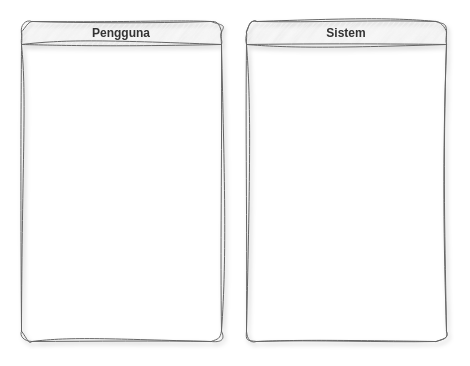
The draw.io diagram Activity Diagram (Konversi Sistem Bilangan).drawio in dans609/diagrams_net, before the edit. Source tidied: cells renumbered, new cells numbered last; positions are measured from the earlier drawing's top-left corner, leaving out a move shared by most shapes. Both pictures are drawn from the tidied source at 100%, with x=0, y=0 at pixel (21, 21).
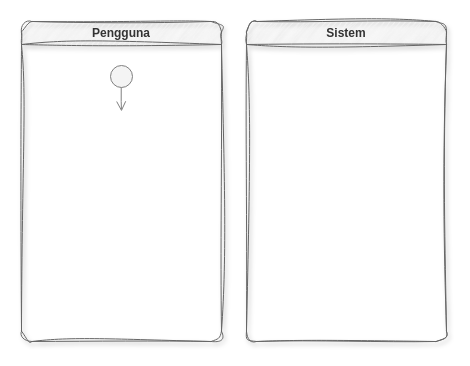
Above is the later version.

Commit message:
Added Start node

Change to the diagram source:
```diff
@@
 <mxGraphModel>
   <root>
     <mxCell id="0" />
     <mxCell id="1" parent="0" />
     <mxCell id="2" value="Pengguna" style="swimlane;whiteSpace=wrap;html=1;fontFamily=Ubuntu;rounded=1;fillColor=#f5f5f5;fontColor=#333333;strokeColor=#666666;swimlaneFillColor=none;glass=0;shadow=1;sketch=1;curveFitting=1;jiggle=2;" parent="1" vertex="1">
       <mxGeometry width="200" height="320" as="geometry" />
     </mxCell>
+    <mxCell id="4" style="ellipse;html=1;shape=startState;fillColor=#f4f4f4;strokeColor=#808080;strokeWidth=1;fillStyle=auto;" parent="2" vertex="1">
+      <mxGeometry x="85" y="40" width="30" height="30" as="geometry" />
+    </mxCell>
+    <mxCell id="5" style="edgeStyle=orthogonalEdgeStyle;html=1;verticalAlign=bottom;endArrow=open;endSize=8;strokeColor=#808080;rounded=0;strokeWidth=1;fillColor=#eeeeee;exitX=0.491;exitY=0.867;exitDx=0;exitDy=0;exitPerimeter=0;" parent="2" edge="1" source="4">
+      <mxGeometry relative="1" as="geometry">
+        <mxPoint x="100" y="90" as="targetPoint" />
+      </mxGeometry>
+    </mxCell>
     <mxCell id="3" value="Sistem" style="swimlane;whiteSpace=wrap;html=1;fontFamily=Ubuntu;rounded=1;fillColor=#f5f5f5;fontColor=#333333;strokeColor=#666666;swimlaneFillColor=none;glass=0;shadow=1;sketch=1;curveFitting=1;jiggle=2;" parent="1" vertex="1">
       <mxGeometry x="225" width="200" height="320" as="geometry" />
     </mxCell>
   </root>
 </mxGraphModel>
```
